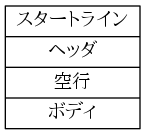
The Graphviz diagram http_message.png in HirotoIgarashi/keep-a-log, before a commit. Its source is kept beside it as http_message.dot.
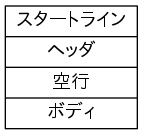
After the change.

Diff of the diagram source:
```diff
@@ -4,6 +4,7 @@
   ];
   node [
     shape = record,
+    fontname="IPAPGothic"
   ];
   httpmessage [label = " スタートライン | ヘッダ | 空行 | ボディ "];
 
```
